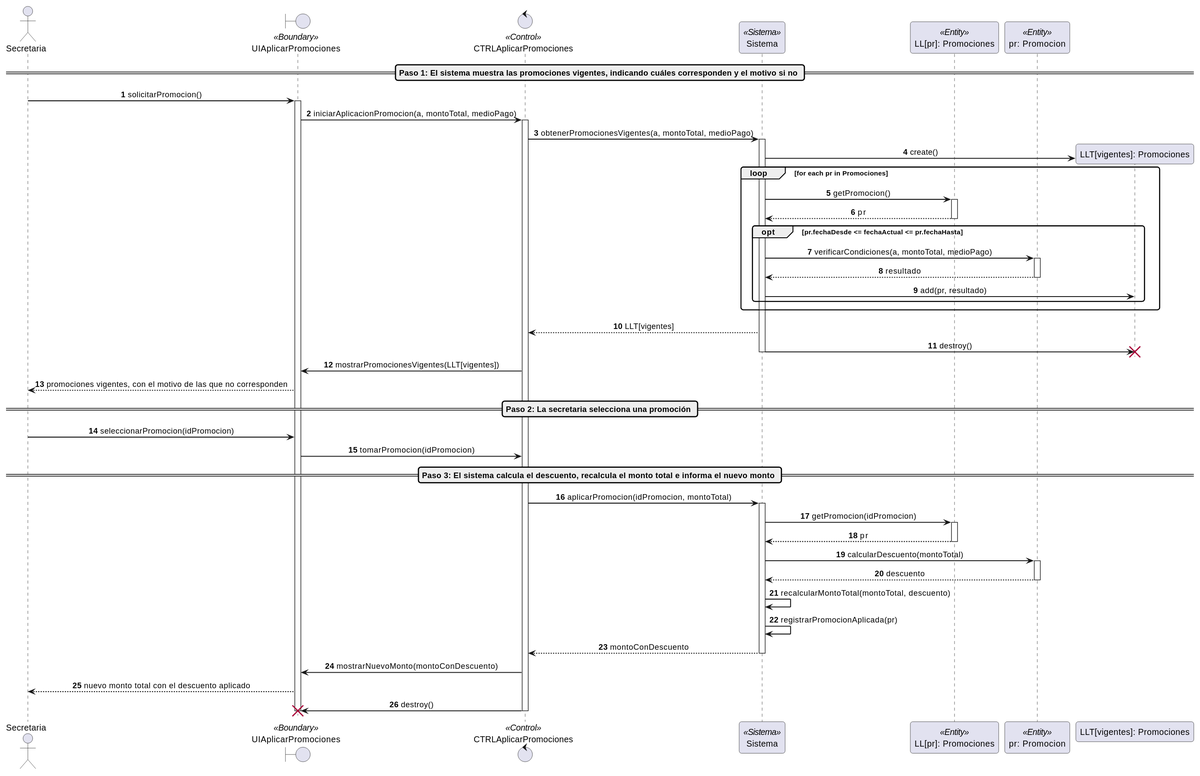
The PlantUML diagram tpi2/02-realizacion-cu/4c_secuencia_aplicar_promociones.svg in sandobaitt/TpDiseno, before a commit.
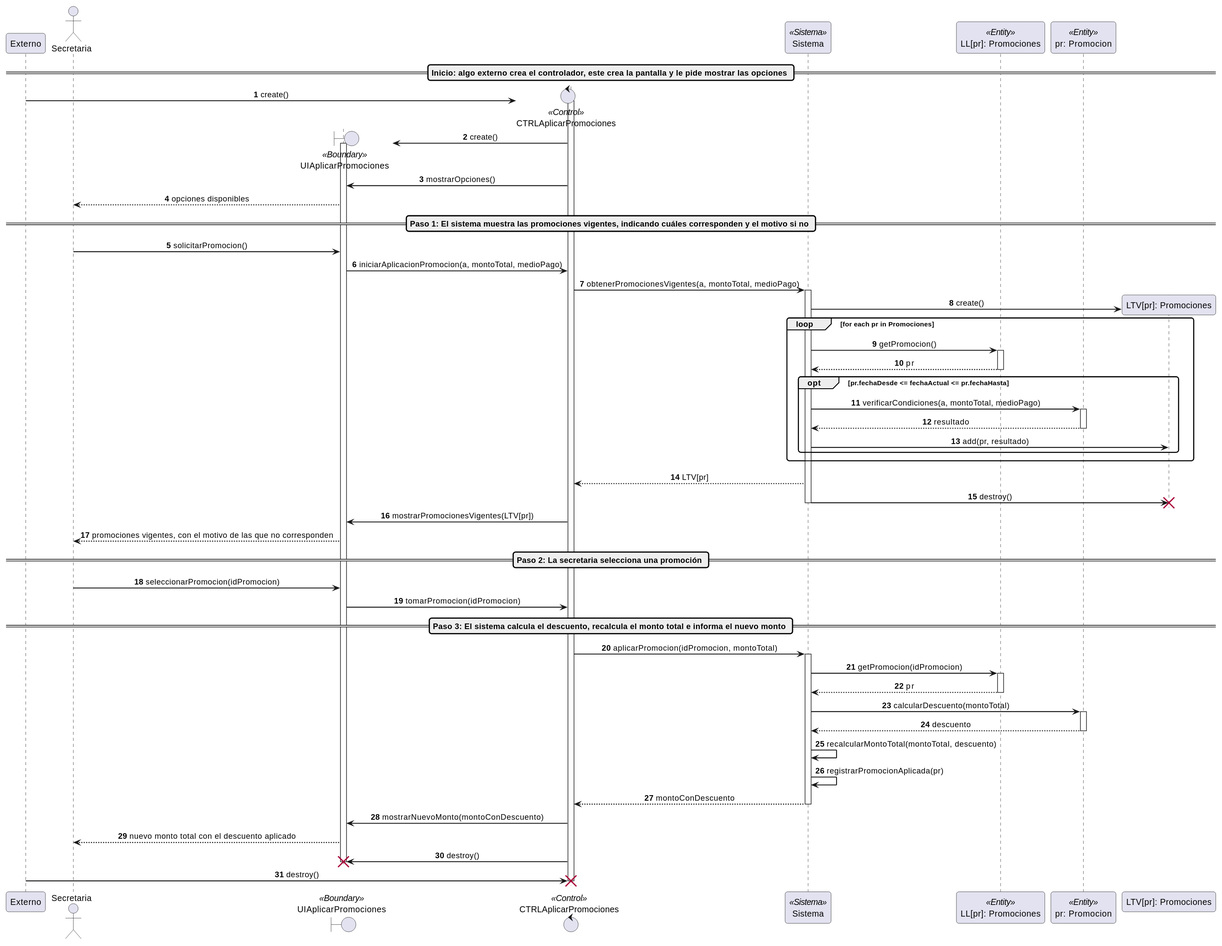
After the change.

What changed in the source:
```diff
@@ -9,25 +9,34 @@
 skinparam responseMessageBelowArrow true
 
 
+participant "Externo" as Externo
 actor "Secretaria" as Actor
 boundary "UIAplicarPromociones" as UI <<Boundary>>
 control "CTRLAplicarPromociones" as CTRLCU <<Control>>
 participant "Sistema" as Sistema <<Sistema>>
 participant "LL[pr]: Promociones" as LLPR <<Entity>>
 participant "pr: Promocion" as Promocion <<Entity>>
-participant "LLT[vigentes]: Promociones" as LLTV
+participant "LTV[pr]: Promociones" as LTV
+
+== Inicio: algo externo crea el controlador, este crea la pantalla y le pide mostrar las opciones ==
+create CTRLCU
+Externo -> CTRLCU: create()
+activate CTRLCU
+create UI
+CTRLCU -> UI: create()
+activate UI
+CTRLCU -> UI: mostrarOpciones()
+UI --> Actor: opciones disponibles
 
 == Paso 1: El sistema muestra las promociones vigentes, indicando cuáles corresponden y el motivo si no ==
 Actor -> UI: solicitarPromocion()
-activate UI
 UI -> CTRLCU: iniciarAplicacionPromocion(a, montoTotal, medioPago)
-activate CTRLCU
 
 CTRLCU -> Sistema: obtenerPromocionesVigentes(a, montoTotal, medioPago)
 activate Sistema
 
-create LLTV
-Sistema -> LLTV: create()
+create LTV
+Sistema -> LTV: create()
 
 loop for each pr in Promociones
     Sistema -> LLPR: getPromocion()
@@ -41,16 +50,16 @@
         Promocion --> Sistema: resultado
         deactivate Promocion
 
-        Sistema -> LLTV: add(pr, resultado)
+        Sistema -> LTV: add(pr, resultado)
     end
 end
 
-Sistema --> CTRLCU: LLT[vigentes]
-Sistema -> LLTV: destroy()
-destroy LLTV
+Sistema --> CTRLCU: LTV[pr]
+Sistema -> LTV: destroy()
+destroy LTV
 deactivate Sistema
 
-CTRLCU -> UI: mostrarPromocionesVigentes(LLT[vigentes])
+CTRLCU -> UI: mostrarPromocionesVigentes(LTV[pr])
 UI --> Actor: promociones vigentes, con el motivo de las que no corresponden
 
 == Paso 2: La secretaria selecciona una promoción ==
@@ -82,5 +91,6 @@
 
 CTRLCU -> UI: destroy()
 destroy UI
-deactivate CTRLCU
+Externo -> CTRLCU: destroy()
+destroy CTRLCU
 @enduml
```
